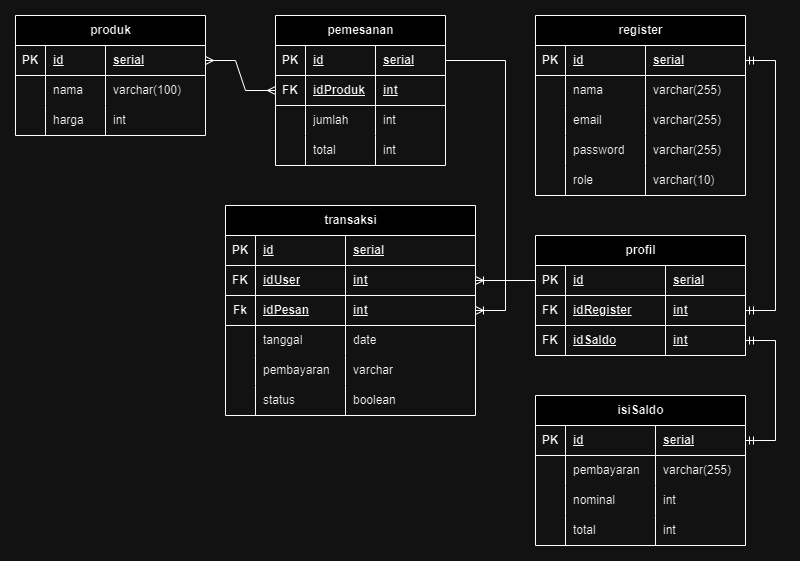
Earlier version of the draw.io export membertopup.png (hasanardhian8/FP-BDS-Sanbercode-Go-52-hasan). Source tidied: cells renumbered, new cells last; positions are measured from the earlier drawing's top-left corner, leaving out a move shared by most shapes.
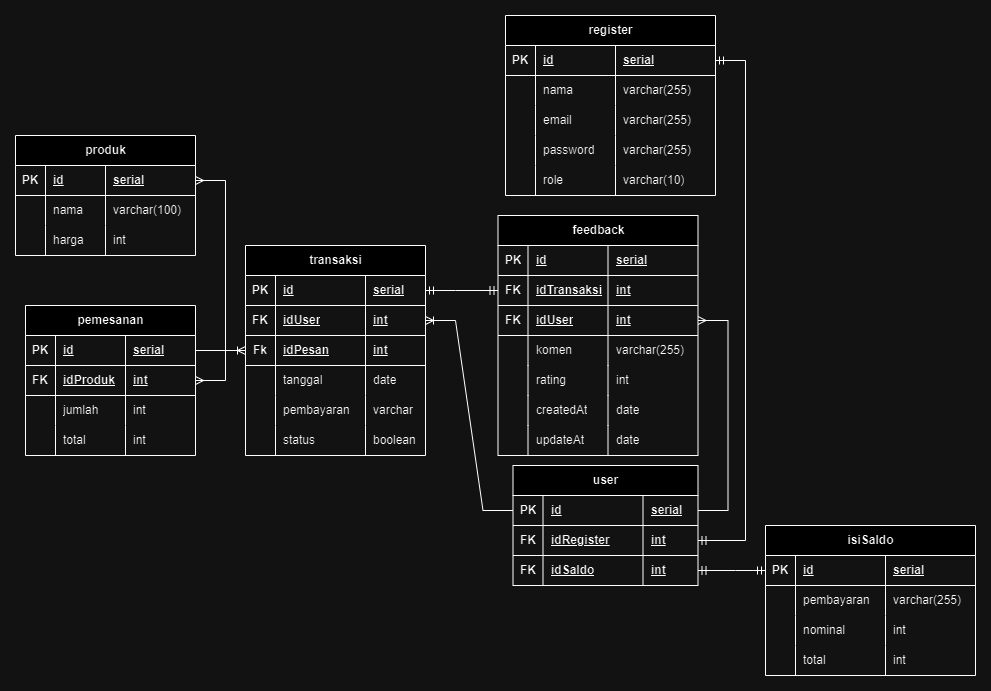
After the commit.

Diff of the diagram source:
```diff
@@ -5,6 +5,6 @@
     <mxCell id="2" value="transaksi" style="shape=table;startSize=30;rowLines=0;fontStyle=1;align=center;html=1;" parent="1" vertex="1">
-      <mxGeometry x="210" y="190" width="250" height="210" as="geometry" />
+      <mxGeometry x="90" y="180" width="180" height="210" as="geometry" />
     </mxCell>
     <mxCell id="3" style="shape=tableRow;horizontal=0;startSize=0;swimlaneHead=0;swimlaneBody=0;fillColor=none;points=[[0,0.5],[1,0.5]];portConstraint=eastwest;top=0;left=0;right=0;bottom=1;" parent="2" vertex="1">
-      <mxGeometry y="30" width="250" height="30" as="geometry" />
+      <mxGeometry y="30" width="180" height="30" as="geometry" />
     </mxCell>
@@ -17,6 +17,6 @@
     <mxCell id="6" value="serial" style="shape=partialRectangle;fillColor=none;top=0;left=0;bottom=0;right=0;align=left;spacingLeft=6;fontStyle=5;overflow=hidden;whiteSpace=wrap;html=1;" parent="3" vertex="1">
-      <mxGeometry x="120" width="130" height="30" as="geometry" />
+      <mxGeometry x="120" width="60" height="30" as="geometry" />
     </mxCell>
     <mxCell id="7" style="shape=tableRow;horizontal=0;startSize=0;swimlaneHead=0;swimlaneBody=0;fillColor=none;points=[[0,0.5],[1,0.5]];portConstraint=eastwest;top=0;left=0;right=0;bottom=1;" parent="2" vertex="1">
-      <mxGeometry y="60" width="250" height="30" as="geometry" />
+      <mxGeometry y="60" width="180" height="30" as="geometry" />
     </mxCell>
@@ -29,6 +29,6 @@
     <mxCell id="10" value="int" style="shape=partialRectangle;fillColor=none;top=0;left=0;bottom=0;right=0;align=left;spacingLeft=6;fontStyle=5;overflow=hidden;whiteSpace=wrap;html=1;" parent="7" vertex="1">
-      <mxGeometry x="120" width="130" height="30" as="geometry" />
+      <mxGeometry x="120" width="60" height="30" as="geometry" />
     </mxCell>
     <mxCell id="11" style="shape=tableRow;horizontal=0;startSize=0;swimlaneHead=0;swimlaneBody=0;fillColor=none;points=[[0,0.5],[1,0.5]];portConstraint=eastwest;top=0;left=0;right=0;bottom=1;" parent="2" vertex="1">
-      <mxGeometry y="90" width="250" height="30" as="geometry" />
+      <mxGeometry y="90" width="180" height="30" as="geometry" />
     </mxCell>
@@ -41,6 +41,6 @@
     <mxCell id="14" value="int" style="shape=partialRectangle;fillColor=none;top=0;left=0;bottom=0;right=0;align=left;spacingLeft=6;fontStyle=5;overflow=hidden;whiteSpace=wrap;html=1;" parent="11" vertex="1">
-      <mxGeometry x="120" width="130" height="30" as="geometry" />
+      <mxGeometry x="120" width="60" height="30" as="geometry" />
     </mxCell>
     <mxCell id="15" style="shape=tableRow;horizontal=0;startSize=0;swimlaneHead=0;swimlaneBody=0;fillColor=none;top=0;left=0;right=0;bottom=0;" parent="2" vertex="1">
-      <mxGeometry y="120" width="250" height="30" as="geometry" />
+      <mxGeometry y="120" width="180" height="30" as="geometry" />
     </mxCell>
@@ -53,6 +53,6 @@
     <mxCell id="18" value="date" style="shape=partialRectangle;fillColor=none;top=0;left=0;bottom=0;right=0;align=left;spacingLeft=6;overflow=hidden;whiteSpace=wrap;html=1;" parent="15" vertex="1">
-      <mxGeometry x="120" width="130" height="30" as="geometry" />
+      <mxGeometry x="120" width="60" height="30" as="geometry" />
     </mxCell>
     <mxCell id="19" style="shape=tableRow;horizontal=0;startSize=0;swimlaneHead=0;swimlaneBody=0;fillColor=none;top=0;left=0;right=0;bottom=0;" parent="2" vertex="1">
-      <mxGeometry y="150" width="250" height="30" as="geometry" />
+      <mxGeometry y="150" width="180" height="30" as="geometry" />
     </mxCell>
@@ -65,6 +65,6 @@
     <mxCell id="22" value="varchar" style="shape=partialRectangle;fillColor=none;top=0;left=0;bottom=0;right=0;align=left;spacingLeft=6;overflow=hidden;whiteSpace=wrap;html=1;" parent="19" vertex="1">
-      <mxGeometry x="120" width="130" height="30" as="geometry" />
+      <mxGeometry x="120" width="60" height="30" as="geometry" />
     </mxCell>
     <mxCell id="23" style="shape=tableRow;horizontal=0;startSize=0;swimlaneHead=0;swimlaneBody=0;fillColor=none;top=0;left=0;right=0;bottom=0;" parent="2" vertex="1">
-      <mxGeometry y="180" width="250" height="30" as="geometry" />
+      <mxGeometry y="180" width="180" height="30" as="geometry" />
     </mxCell>
@@ -77,9 +77,9 @@
     <mxCell id="26" value="boolean" style="shape=partialRectangle;fillColor=none;top=0;left=0;bottom=0;right=0;align=left;spacingLeft=6;overflow=hidden;whiteSpace=wrap;html=1;" parent="23" vertex="1">
-      <mxGeometry x="120" width="130" height="30" as="geometry" />
+      <mxGeometry x="120" width="60" height="30" as="geometry" />
     </mxCell>
     <mxCell id="27" value="produk" style="shape=table;startSize=30;rowLines=0;fontStyle=1;align=center;html=1;" parent="1" vertex="1">
-      <mxGeometry width="190" height="120" as="geometry" />
+      <mxGeometry x="-140" y="70" width="180" height="120" as="geometry" />
     </mxCell>
     <mxCell id="28" style="shape=tableRow;horizontal=0;startSize=0;swimlaneHead=0;swimlaneBody=0;fillColor=none;points=[[0,0.5],[1,0.5]];portConstraint=eastwest;top=0;left=0;right=0;bottom=1;" parent="27" vertex="1">
-      <mxGeometry y="30" width="190" height="30" as="geometry" />
+      <mxGeometry y="30" width="180" height="30" as="geometry" />
     </mxCell>
@@ -92,6 +92,6 @@
     <mxCell id="31" value="serial" style="shape=partialRectangle;fillColor=none;top=0;left=0;bottom=0;right=0;align=left;spacingLeft=6;fontStyle=5;overflow=hidden;whiteSpace=wrap;html=1;" parent="28" vertex="1">
-      <mxGeometry x="90" width="100" height="30" as="geometry" />
+      <mxGeometry x="90" width="90" height="30" as="geometry" />
     </mxCell>
     <mxCell id="32" style="shape=tableRow;horizontal=0;startSize=0;swimlaneHead=0;swimlaneBody=0;fillColor=none;top=0;left=0;right=0;bottom=0;" parent="27" vertex="1">
-      <mxGeometry y="60" width="190" height="30" as="geometry" />
+      <mxGeometry y="60" width="180" height="30" as="geometry" />
     </mxCell>
@@ -104,6 +104,6 @@
     <mxCell id="35" value="varchar(100)" style="shape=partialRectangle;fillColor=none;top=0;left=0;bottom=0;right=0;align=left;spacingLeft=6;overflow=hidden;whiteSpace=wrap;html=1;" parent="32" vertex="1">
-      <mxGeometry x="90" width="100" height="30" as="geometry" />
+      <mxGeometry x="90" width="90" height="30" as="geometry" />
     </mxCell>
     <mxCell id="36" style="shape=tableRow;horizontal=0;startSize=0;swimlaneHead=0;swimlaneBody=0;fillColor=none;top=0;left=0;right=0;bottom=0;" parent="27" vertex="1">
-      <mxGeometry y="90" width="190" height="30" as="geometry" />
+      <mxGeometry y="90" width="180" height="30" as="geometry" />
     </mxCell>
@@ -116,6 +116,6 @@
     <mxCell id="39" value="int" style="shape=partialRectangle;fillColor=none;top=0;left=0;bottom=0;right=0;align=left;spacingLeft=6;overflow=hidden;whiteSpace=wrap;html=1;" parent="36" vertex="1">
-      <mxGeometry x="90" width="100" height="30" as="geometry" />
+      <mxGeometry x="90" width="90" height="30" as="geometry" />
     </mxCell>
     <mxCell id="40" value="register" style="shape=table;startSize=30;rowLines=0;fontStyle=1;align=center;html=1;" parent="1" vertex="1">
-      <mxGeometry x="520" width="210" height="180" as="geometry" />
+      <mxGeometry x="350" y="-50" width="210" height="180" as="geometry" />
     </mxCell>
@@ -181,7 +181,7 @@
     </mxCell>
-    <mxCell id="61" value="profil" style="shape=table;startSize=30;rowLines=0;fontStyle=1;align=center;html=1;" parent="1" vertex="1">
-      <mxGeometry x="520" y="220" width="210" height="120" as="geometry" />
+    <mxCell id="61" value="user" style="shape=table;startSize=30;rowLines=0;fontStyle=1;align=center;html=1;" parent="1" vertex="1">
+      <mxGeometry x="357.5" y="400" width="185" height="120" as="geometry" />
     </mxCell>
     <mxCell id="62" style="shape=tableRow;horizontal=0;startSize=0;swimlaneHead=0;swimlaneBody=0;fillColor=none;points=[[0,0.5],[1,0.5]];portConstraint=eastwest;top=0;left=0;right=0;bottom=1;" parent="61" vertex="1">
-      <mxGeometry y="30" width="210" height="30" as="geometry" />
+      <mxGeometry y="30" width="185" height="30" as="geometry" />
     </mxCell>
@@ -194,6 +194,6 @@
     <mxCell id="65" value="serial" style="shape=partialRectangle;fillColor=none;top=0;left=0;bottom=0;right=0;align=left;spacingLeft=6;fontStyle=5;overflow=hidden;whiteSpace=wrap;html=1;" parent="62" vertex="1">
-      <mxGeometry x="130" width="80" height="30" as="geometry" />
+      <mxGeometry x="130" width="55" height="30" as="geometry" />
     </mxCell>
     <mxCell id="66" style="shape=tableRow;horizontal=0;startSize=0;swimlaneHead=0;swimlaneBody=0;fillColor=none;points=[[0,0.5],[1,0.5]];portConstraint=eastwest;top=0;left=0;right=0;bottom=1;" parent="61" vertex="1">
-      <mxGeometry y="60" width="210" height="30" as="geometry" />
+      <mxGeometry y="60" width="185" height="30" as="geometry" />
     </mxCell>
@@ -206,6 +206,6 @@
     <mxCell id="69" value="int" style="shape=partialRectangle;fillColor=none;top=0;left=0;bottom=0;right=0;align=left;spacingLeft=6;fontStyle=5;overflow=hidden;whiteSpace=wrap;html=1;" parent="66" vertex="1">
-      <mxGeometry x="130" width="80" height="30" as="geometry" />
+      <mxGeometry x="130" width="55" height="30" as="geometry" />
     </mxCell>
     <mxCell id="70" style="shape=tableRow;horizontal=0;startSize=0;swimlaneHead=0;swimlaneBody=0;fillColor=none;points=[[0,0.5],[1,0.5]];portConstraint=eastwest;top=0;left=0;right=0;bottom=1;" parent="61" vertex="1">
-      <mxGeometry y="90" width="210" height="30" as="geometry" />
+      <mxGeometry y="90" width="185" height="30" as="geometry" />
     </mxCell>
@@ -218,6 +218,6 @@
     <mxCell id="73" value="int" style="shape=partialRectangle;fillColor=none;top=0;left=0;bottom=0;right=0;align=left;spacingLeft=6;fontStyle=5;overflow=hidden;whiteSpace=wrap;html=1;" parent="70" vertex="1">
-      <mxGeometry x="130" width="80" height="30" as="geometry" />
+      <mxGeometry x="130" width="55" height="30" as="geometry" />
     </mxCell>
     <mxCell id="74" value="pemesanan" style="shape=table;startSize=30;rowLines=0;fontStyle=1;align=center;html=1;" parent="1" vertex="1">
-      <mxGeometry x="260" width="170" height="150" as="geometry" />
+      <mxGeometry x="-130" y="240" width="170" height="150" as="geometry" />
     </mxCell>
@@ -272,3 +272,3 @@
     <mxCell id="91" value="isiSaldo" style="shape=table;startSize=30;rowLines=0;fontStyle=1;align=center;html=1;" parent="1" vertex="1">
-      <mxGeometry x="520" y="380" width="210" height="150" as="geometry" />
+      <mxGeometry x="610" y="460" width="210" height="150" as="geometry" />
     </mxCell>
@@ -349,2 +349,95 @@
     </mxCell>
+    <mxCell id="113" value="feedback" style="shape=table;startSize=30;rowLines=0;fontStyle=1;align=center;html=1;" parent="1" vertex="1">
+      <mxGeometry x="342.5" y="150" width="200" height="240" as="geometry" />
+    </mxCell>
+    <mxCell id="114" style="shape=tableRow;horizontal=0;startSize=0;swimlaneHead=0;swimlaneBody=0;fillColor=none;top=0;left=0;right=0;bottom=1;" parent="113" vertex="1">
+      <mxGeometry y="30" width="200" height="30" as="geometry" />
+    </mxCell>
+    <mxCell id="115" value="PK" style="shape=partialRectangle;fillColor=none;top=0;left=0;bottom=0;right=0;fontStyle=1;overflow=hidden;whiteSpace=wrap;html=1;" parent="114" vertex="1">
+      <mxGeometry width="30" height="30" as="geometry" />
+    </mxCell>
+    <mxCell id="116" value="id" style="shape=partialRectangle;fillColor=none;top=0;left=0;bottom=0;right=0;align=left;spacingLeft=6;fontStyle=5;overflow=hidden;whiteSpace=wrap;html=1;" parent="114" vertex="1">
+      <mxGeometry x="30" width="80" height="30" as="geometry" />
+    </mxCell>
+    <mxCell id="117" value="serial" style="shape=partialRectangle;fillColor=none;top=0;left=0;bottom=0;right=0;align=left;spacingLeft=6;fontStyle=5;overflow=hidden;whiteSpace=wrap;html=1;" parent="114" vertex="1">
+      <mxGeometry x="110" width="90" height="30" as="geometry" />
+    </mxCell>
+    <mxCell id="118" style="shape=tableRow;horizontal=0;startSize=0;swimlaneHead=0;swimlaneBody=0;fillColor=none;points=[[0,0.5],[1,0.5]];portConstraint=eastwest;top=0;left=0;right=0;bottom=1;" parent="113" vertex="1">
+      <mxGeometry y="60" width="200" height="30" as="geometry" />
+    </mxCell>
+    <mxCell id="119" value="FK" style="shape=partialRectangle;fillColor=none;top=0;left=0;bottom=0;right=0;fontStyle=1;overflow=hidden;whiteSpace=wrap;html=1;" parent="118" vertex="1">
+      <mxGeometry width="30" height="30" as="geometry" />
+    </mxCell>
+    <mxCell id="120" value="idTransaksi" style="shape=partialRectangle;fillColor=none;top=0;left=0;bottom=0;right=0;align=left;spacingLeft=6;fontStyle=5;overflow=hidden;whiteSpace=wrap;html=1;" parent="118" vertex="1">
+      <mxGeometry x="30" width="80" height="30" as="geometry" />
+    </mxCell>
+    <mxCell id="121" value="int" style="shape=partialRectangle;fillColor=none;top=0;left=0;bottom=0;right=0;align=left;spacingLeft=6;fontStyle=5;overflow=hidden;whiteSpace=wrap;html=1;" parent="118" vertex="1">
+      <mxGeometry x="110" width="90" height="30" as="geometry" />
+    </mxCell>
+    <mxCell id="122" style="shape=tableRow;horizontal=0;startSize=0;swimlaneHead=0;swimlaneBody=0;fillColor=none;points=[[0,0.5],[1,0.5]];portConstraint=eastwest;top=0;left=0;right=0;bottom=1;" parent="113" vertex="1">
+      <mxGeometry y="90" width="200" height="30" as="geometry" />
+    </mxCell>
+    <mxCell id="123" value="FK" style="shape=partialRectangle;fillColor=none;top=0;left=0;bottom=0;right=0;fontStyle=1;overflow=hidden;whiteSpace=wrap;html=1;" parent="122" vertex="1">
+      <mxGeometry width="30" height="30" as="geometry" />
+    </mxCell>
+    <mxCell id="124" value="idUser" style="shape=partialRectangle;fillColor=none;top=0;left=0;bottom=0;right=0;align=left;spacingLeft=6;fontStyle=5;overflow=hidden;whiteSpace=wrap;html=1;" parent="122" vertex="1">
+      <mxGeometry x="30" width="80" height="30" as="geometry" />
+    </mxCell>
+    <mxCell id="125" value="int" style="shape=partialRectangle;fillColor=none;top=0;left=0;bottom=0;right=0;align=left;spacingLeft=6;fontStyle=5;overflow=hidden;whiteSpace=wrap;html=1;" parent="122" vertex="1">
+      <mxGeometry x="110" width="90" height="30" as="geometry" />
+    </mxCell>
+    <mxCell id="126" style="shape=tableRow;horizontal=0;startSize=0;swimlaneHead=0;swimlaneBody=0;fillColor=none;top=0;left=0;right=0;bottom=0;" parent="113" vertex="1">
+      <mxGeometry y="120" width="200" height="30" as="geometry" />
+    </mxCell>
+    <mxCell id="127" style="shape=partialRectangle;fillColor=none;top=0;left=0;bottom=0;right=0;overflow=hidden;whiteSpace=wrap;html=1;" parent="126" vertex="1">
+      <mxGeometry width="30" height="30" as="geometry" />
+    </mxCell>
+    <mxCell id="128" value="komen" style="shape=partialRectangle;fillColor=none;top=0;left=0;bottom=0;right=0;align=left;spacingLeft=6;overflow=hidden;whiteSpace=wrap;html=1;" parent="126" vertex="1">
+      <mxGeometry x="30" width="80" height="30" as="geometry" />
+    </mxCell>
+    <mxCell id="129" value="varchar(255)" style="shape=partialRectangle;fillColor=none;top=0;left=0;bottom=0;right=0;align=left;spacingLeft=6;overflow=hidden;whiteSpace=wrap;html=1;" parent="126" vertex="1">
+      <mxGeometry x="110" width="90" height="30" as="geometry" />
+    </mxCell>
+    <mxCell id="130" style="shape=tableRow;horizontal=0;startSize=0;swimlaneHead=0;swimlaneBody=0;fillColor=none;top=0;left=0;right=0;bottom=0;" parent="113" vertex="1">
+      <mxGeometry y="150" width="200" height="30" as="geometry" />
+    </mxCell>
+    <mxCell id="131" style="shape=partialRectangle;fillColor=none;top=0;left=0;bottom=0;right=0;overflow=hidden;whiteSpace=wrap;html=1;" parent="130" vertex="1">
+      <mxGeometry width="30" height="30" as="geometry" />
+    </mxCell>
+    <mxCell id="132" value="rating" style="shape=partialRectangle;fillColor=none;top=0;left=0;bottom=0;right=0;align=left;spacingLeft=6;overflow=hidden;whiteSpace=wrap;html=1;" parent="130" vertex="1">
+      <mxGeometry x="30" width="80" height="30" as="geometry" />
+    </mxCell>
+    <mxCell id="133" value="int" style="shape=partialRectangle;fillColor=none;top=0;left=0;bottom=0;right=0;align=left;spacingLeft=6;overflow=hidden;whiteSpace=wrap;html=1;" parent="130" vertex="1">
+      <mxGeometry x="110" width="90" height="30" as="geometry" />
+    </mxCell>
+    <mxCell id="134" style="shape=tableRow;horizontal=0;startSize=0;swimlaneHead=0;swimlaneBody=0;fillColor=none;top=0;left=0;right=0;bottom=0;" parent="113" vertex="1">
+      <mxGeometry y="180" width="200" height="30" as="geometry" />
+    </mxCell>
+    <mxCell id="135" style="shape=partialRectangle;fillColor=none;top=0;left=0;bottom=0;right=0;overflow=hidden;whiteSpace=wrap;html=1;" parent="134" vertex="1">
+      <mxGeometry width="30" height="30" as="geometry" />
+    </mxCell>
+    <mxCell id="136" value="createdAt" style="shape=partialRectangle;fillColor=none;top=0;left=0;bottom=0;right=0;align=left;spacingLeft=6;overflow=hidden;whiteSpace=wrap;html=1;" parent="134" vertex="1">
+      <mxGeometry x="30" width="80" height="30" as="geometry" />
+    </mxCell>
+    <mxCell id="137" value="date" style="shape=partialRectangle;fillColor=none;top=0;left=0;bottom=0;right=0;align=left;spacingLeft=6;overflow=hidden;whiteSpace=wrap;html=1;" parent="134" vertex="1">
+      <mxGeometry x="110" width="90" height="30" as="geometry" />
+    </mxCell>
+    <mxCell id="138" style="shape=tableRow;horizontal=0;startSize=0;swimlaneHead=0;swimlaneBody=0;fillColor=none;top=0;left=0;right=0;bottom=0;" parent="113" vertex="1">
+      <mxGeometry y="210" width="200" height="30" as="geometry" />
+    </mxCell>
+    <mxCell id="139" style="shape=partialRectangle;fillColor=none;top=0;left=0;bottom=0;right=0;overflow=hidden;whiteSpace=wrap;html=1;" parent="138" vertex="1">
+      <mxGeometry width="30" height="30" as="geometry" />
+    </mxCell>
+    <mxCell id="140" value="updateAt" style="shape=partialRectangle;fillColor=none;top=0;left=0;bottom=0;right=0;align=left;spacingLeft=6;overflow=hidden;whiteSpace=wrap;html=1;" parent="138" vertex="1">
+      <mxGeometry x="30" width="80" height="30" as="geometry" />
+    </mxCell>
+    <mxCell id="141" value="date" style="shape=partialRectangle;fillColor=none;top=0;left=0;bottom=0;right=0;align=left;spacingLeft=6;overflow=hidden;whiteSpace=wrap;html=1;" parent="138" vertex="1">
+      <mxGeometry x="110" width="90" height="30" as="geometry" />
+    </mxCell>
+    <mxCell id="142" style="edgeStyle=entityRelationEdgeStyle;fontSize=12;html=1;endArrow=ERmany;rounded=0;" parent="1" edge="1" source="62" target="122">
+      <mxGeometry relative="1" as="geometry" />
+    </mxCell>
+    <mxCell id="143" style="edgeStyle=entityRelationEdgeStyle;fontSize=12;html=1;endArrow=ERmandOne;startArrow=ERmandOne;rounded=0;" parent="1" edge="1" source="3" target="118">
+      <mxGeometry relative="1" as="geometry" />
+    </mxCell>
   </root>
```
